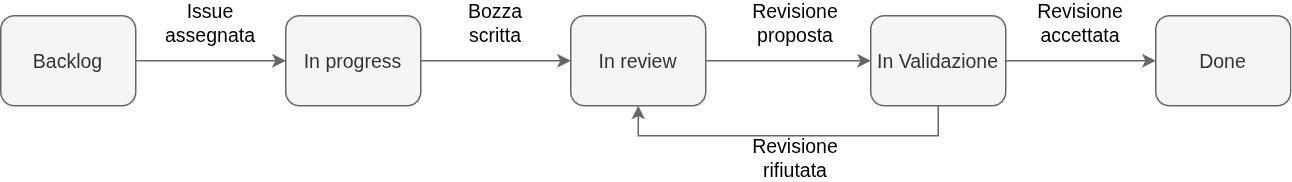
This is src/assets/Images/workflow.drawio.png from GroupRubberDuck/Documentazione, a draw.io export, as it was before one commit. Source tidied: cells renumbered, new cells last; positions are measured from the earlier drawing's top-left corner, leaving out a move shared by most shapes.
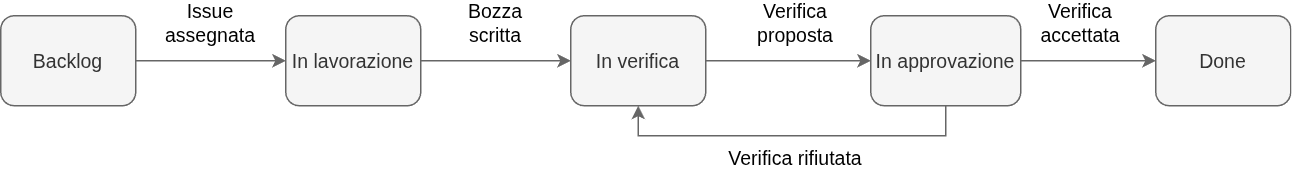
After the change.

Commit message:
Verifica: verifica delle norme di progetto corretta in base al report fornito. Issue #48

What changed in the source:
```diff
@@ -11,13 +11,13 @@
     <mxCell id="4" style="edgeStyle=orthogonalEdgeStyle;rounded=0;jettySize=auto;html=1;entryX=0;entryY=0.5;entryDx=0;entryDy=0;fontFamily=Helvetica;fontSize=13;fillColor=#f5f5f5;strokeColor=#666666;" parent="1" edge="1" source="5" target="7">
       <mxGeometry relative="1" as="geometry" />
     </mxCell>
-    <mxCell id="5" value="In progress" style="rounded=1;whiteSpace=wrap;html=1;fontFamily=Helvetica;fontSize=13;fillColor=#f5f5f5;fontColor=#333333;strokeColor=#666666;" parent="1" vertex="1">
+    <mxCell id="5" value="In lavorazione" style="rounded=1;whiteSpace=wrap;html=1;fontFamily=Helvetica;fontSize=13;fillColor=#f5f5f5;fontColor=#333333;strokeColor=#666666;" parent="1" vertex="1">
       <mxGeometry x="190" y="10" width="90" height="60" as="geometry" />
     </mxCell>
     <mxCell id="6" style="edgeStyle=orthogonalEdgeStyle;rounded=0;jettySize=auto;html=1;exitX=1;exitY=0.5;exitDx=0;exitDy=0;entryX=0;entryY=0.5;entryDx=0;entryDy=0;fontFamily=Helvetica;fontSize=13;fillColor=#f5f5f5;strokeColor=#666666;" parent="1" edge="1" source="7" target="10">
       <mxGeometry relative="1" as="geometry" />
     </mxCell>
-    <mxCell id="7" value="In review" style="rounded=1;whiteSpace=wrap;html=1;fontFamily=Helvetica;fontSize=13;fillColor=#f5f5f5;fontColor=#333333;strokeColor=#666666;" parent="1" vertex="1">
+    <mxCell id="7" value="In verifica" style="rounded=1;whiteSpace=wrap;html=1;fontFamily=Helvetica;fontSize=13;fillColor=#f5f5f5;fontColor=#333333;strokeColor=#666666;" parent="1" vertex="1">
       <mxGeometry x="380" y="10" width="90" height="60" as="geometry" />
     </mxCell>
     <mxCell id="8" style="edgeStyle=orthogonalEdgeStyle;rounded=0;jettySize=auto;html=1;exitX=0.5;exitY=1;exitDx=0;exitDy=0;entryX=0.5;entryY=1;entryDx=0;entryDy=0;fontFamily=Helvetica;fontSize=13;fillColor=#f5f5f5;strokeColor=#666666;" parent="1" edge="1" source="10" target="7">
@@ -26,8 +26,8 @@
     <mxCell id="9" style="edgeStyle=orthogonalEdgeStyle;rounded=0;jettySize=auto;html=1;exitX=1;exitY=0.5;exitDx=0;exitDy=0;entryX=0;entryY=0.5;entryDx=0;entryDy=0;fontFamily=Helvetica;fontSize=13;fillColor=#f5f5f5;strokeColor=#666666;" parent="1" edge="1" source="10" target="11">
       <mxGeometry relative="1" as="geometry" />
     </mxCell>
-    <mxCell id="10" value="In Validazione" style="rounded=1;whiteSpace=wrap;html=1;fontFamily=Helvetica;fontSize=13;fillColor=#f5f5f5;fontColor=#333333;strokeColor=#666666;" parent="1" vertex="1">
-      <mxGeometry x="580" y="10" width="90" height="60" as="geometry" />
+    <mxCell id="10" value="In approvazione" style="rounded=1;whiteSpace=wrap;html=1;fontFamily=Helvetica;fontSize=13;fillColor=#f5f5f5;fontColor=#333333;strokeColor=#666666;" parent="1" vertex="1">
+      <mxGeometry x="580" y="10" width="100" height="60" as="geometry" />
     </mxCell>
     <mxCell id="11" value="Done" style="rounded=1;whiteSpace=wrap;html=1;glass=0;shadow=0;textShadow=0;labelBorderColor=none;labelBackgroundColor=none;convertToSvg=0;fontFamily=Helvetica;fontSize=13;fillColor=#f5f5f5;fontColor=#333333;strokeColor=#666666;" parent="1" vertex="1">
       <mxGeometry x="770" y="10" width="90" height="60" as="geometry" />
@@ -38,13 +38,13 @@
     <mxCell id="13" value="Issue assegnata" style="text;html=1;whiteSpace=wrap;align=center;verticalAlign=middle;rounded=0;fontFamily=Helvetica;fontSize=13;" parent="1" vertex="1">
       <mxGeometry x="110" width="60" height="30" as="geometry" />
     </mxCell>
-    <mxCell id="14" value="Revisione proposta" style="text;html=1;whiteSpace=wrap;align=center;verticalAlign=middle;rounded=0;fontFamily=Helvetica;fontSize=13;" parent="1" vertex="1">
+    <mxCell id="14" value="Verifica proposta" style="text;html=1;whiteSpace=wrap;align=center;verticalAlign=middle;rounded=0;fontFamily=Helvetica;fontSize=13;" parent="1" vertex="1">
       <mxGeometry x="500" width="60" height="30" as="geometry" />
     </mxCell>
-    <mxCell id="15" value="Revisione rifiutata" style="text;html=1;whiteSpace=wrap;align=center;verticalAlign=middle;rounded=0;fontFamily=Helvetica;fontSize=13;" parent="1" vertex="1">
+    <mxCell id="15" value="Verifica rifiutata" style="text;html=1;whiteSpace=wrap;align=center;verticalAlign=middle;rounded=0;fontFamily=Helvetica;fontSize=13;" parent="1" vertex="1">
       <mxGeometry x="480" y="90" width="100" height="30" as="geometry" />
     </mxCell>
-    <mxCell id="16" value="Revisione accettata" style="text;html=1;whiteSpace=wrap;align=center;verticalAlign=middle;rounded=0;fontFamily=Helvetica;fontSize=13;" parent="1" vertex="1">
+    <mxCell id="16" value="Verifica accettata" style="text;html=1;whiteSpace=wrap;align=center;verticalAlign=middle;rounded=0;fontFamily=Helvetica;fontSize=13;" parent="1" vertex="1">
       <mxGeometry x="690" width="60" height="30" as="geometry" />
     </mxCell>
   </root>
```
